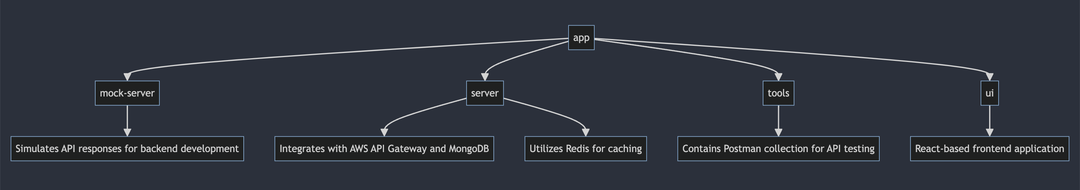
This is docs/charts/workspace.png from adam-cyclones/Secure-The-Task, a Mermaid export, as it was before one commit. Its source is kept beside it as docs/charts/workspace.mermaid. The source it was exported from:
```mermaid
graph TD
    A[app] --> B[mock-server]
    A --> C[server]
    A --> D[tools]
    A --> E[ui]

    B --> B1[Simulates API responses for backend development]
    C --> C1[Integrates with AWS API Gateway and MongoDB]
    C --> C2[Utilizes Redis for caching]
    D --> D1[Contains Postman collection for API testing]
    E --> E1[React-based frontend application]
```
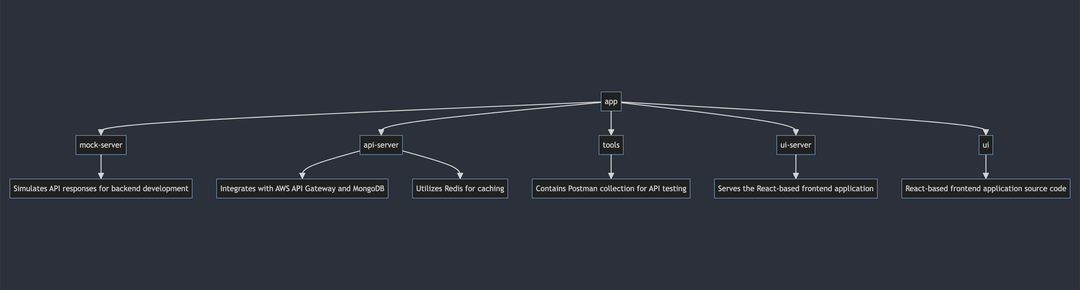
The same diagram one commit later.

Commit message:
update our workspace map

Change to the diagram source:
```diff
@@ -1,11 +1,13 @@
 graph TD
     A[app] --> B[mock-server]
-    A --> C[server]
+    A --> C[api-server]
     A --> D[tools]
-    A --> E[ui]
+    A --> E[ui-server]
+    A --> F[ui]
 
     B --> B1[Simulates API responses for backend development]
     C --> C1[Integrates with AWS API Gateway and MongoDB]
     C --> C2[Utilizes Redis for caching]
     D --> D1[Contains Postman collection for API testing]
-    E --> E1[React-based frontend application]
+    E --> E1[Serves the React-based frontend application]
+    F --> F1[React-based frontend application source code]
```
